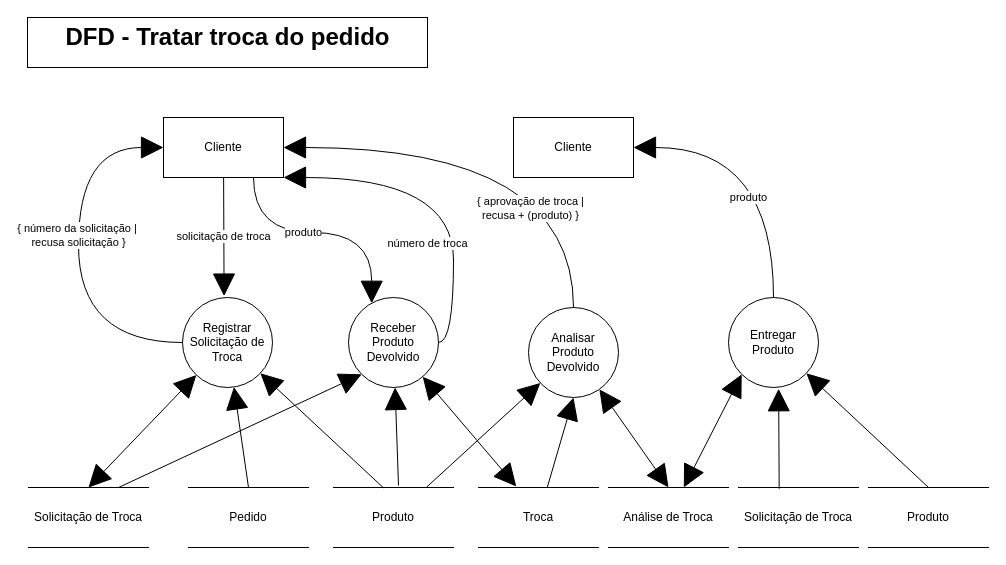
Before: Documentation/Arquivos Editaveis/DFD Tratar troca do pedido.drawio in Systematicos/FindingApp, a draw.io diagram. Source tidied: cells renumbered, new cells numbered last; positions are measured from the earlier drawing's top-left corner, leaving out a move shared by most shapes. Both pictures are drawn from the tidied source at 100%, with x=0, y=0 at pixel (22, 17).
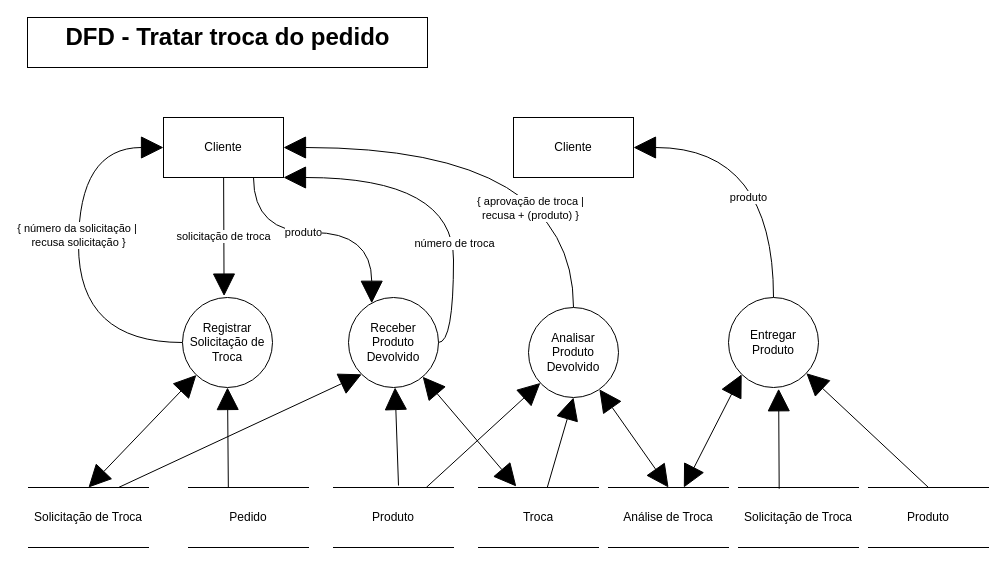
The same diagram, later.

Unchanged cells that the change refers to:
```xml
<mxCell id="3" value="Pedido" style="shape=partialRectangle;whiteSpace=wrap;html=1;left=0;right=0;fillColor=none;" parent="1" vertex="1">
  <mxGeometry x="166" y="470" width="120" height="60" as="geometry" />
</mxCell>
<mxCell id="4" value="Produto" style="shape=partialRectangle;whiteSpace=wrap;html=1;left=0;right=0;fillColor=none;" parent="1" vertex="1">
  <mxGeometry x="311" y="470" width="120" height="60" as="geometry" />
</mxCell>
<mxCell id="12" value="Registrar Solicitação de Troca" style="ellipse;whiteSpace=wrap;html=1;fillColor=#FFFFFF;" parent="1" vertex="1">
  <mxGeometry x="160" y="280" width="90" height="90" as="geometry" />
</mxCell>
<mxCell id="20" style="edgeStyle=orthogonalEdgeStyle;rounded=0;jettySize=auto;html=1;entryX=1;entryY=1;entryDx=0;entryDy=0;startArrow=none;startFill=0;startSize=20;endArrow=block;endFill=1;endSize=20;exitX=1;exitY=0.5;exitDx=0;exitDy=0;curved=1;" parent="1" edge="1" source="16" target="8">
  <mxGeometry relative="1" as="geometry">
    <Array as="points">
      <mxPoint x="431" y="160" />
    </Array>
  </mxGeometry>
</mxCell>
```

The edit, as a diff of the source:
```diff
@@
-    <mxCell id="9" style="rounded=0;jettySize=auto;html=1;entryX=0.415;entryY=0.003;entryDx=0;entryDy=0;entryPerimeter=0;endSize=20;startSize=20;endArrow=none;endFill=0;startArrow=block;startFill=1;" parent="1" edge="1" source="12" target="4">
-      <mxGeometry relative="1" as="geometry" />
-    </mxCell>
-    <mxCell id="10" style="edgeStyle=none;rounded=0;jettySize=auto;html=1;entryX=0.5;entryY=0;entryDx=0;entryDy=0;startSize=20;endArrow=none;endFill=0;endSize=20;startArrow=block;startFill=1;" parent="1" edge="1" source="12" target="3">
+    <mxCell id="10" style="edgeStyle=none;rounded=0;jettySize=auto;html=1;entryX=0.332;entryY=-0.003;entryDx=0;entryDy=0;startSize=20;endArrow=none;endFill=0;endSize=20;startArrow=block;startFill=1;entryPerimeter=0;" parent="1" edge="1" source="12" target="3">
       <mxGeometry relative="1" as="geometry" />
     </mxCell>
@@
     <mxCell id="21" value="número de troca" style="edgeLabel;html=1;align=center;verticalAlign=middle;" parent="20" vertex="1">
-      <mxGeometry x="-0.34" y="27" relative="1" as="geometry" />
+      <mxGeometry x="-0.34" y="27" relative="1" as="geometry">
+        <mxPoint x="27" as="offset" />
+      </mxGeometry>
     </mxCell>
```
